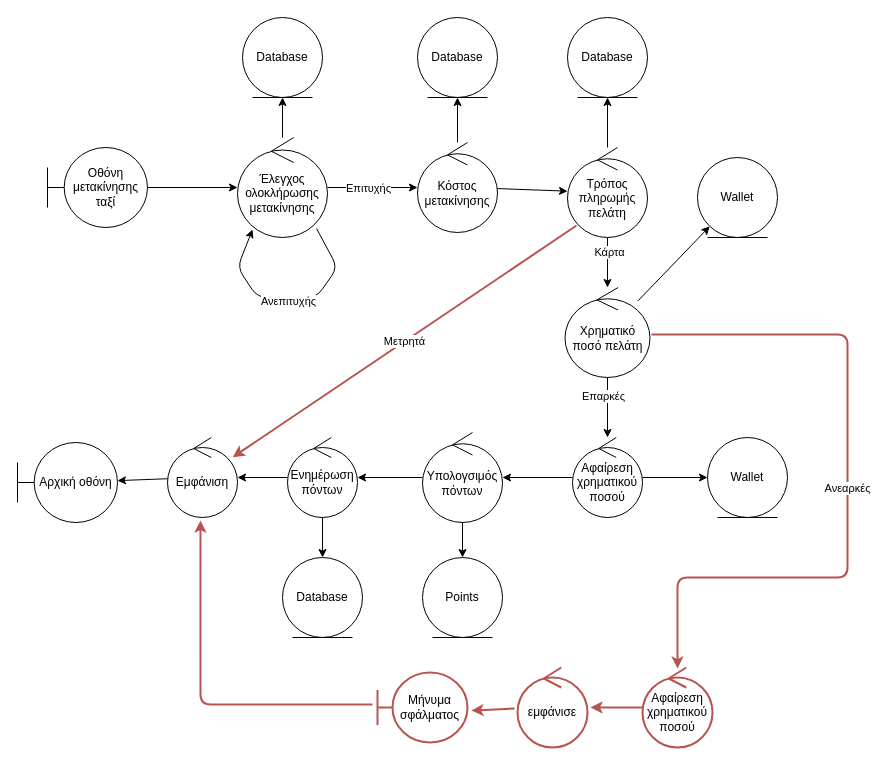
The draw.io diagram Part_2/Robustness/diagrams/15_Αποβίβαση_ταξί.drawio in Nikolis2002/texnoligia_logismikou, before the edit. Source tidied: cells renumbered, new cells numbered last; positions are measured from the earlier drawing's top-left corner, leaving out a move shared by most shapes. Both pictures are drawn from the tidied source at 100%, with x=0, y=0 at pixel (17, 17).
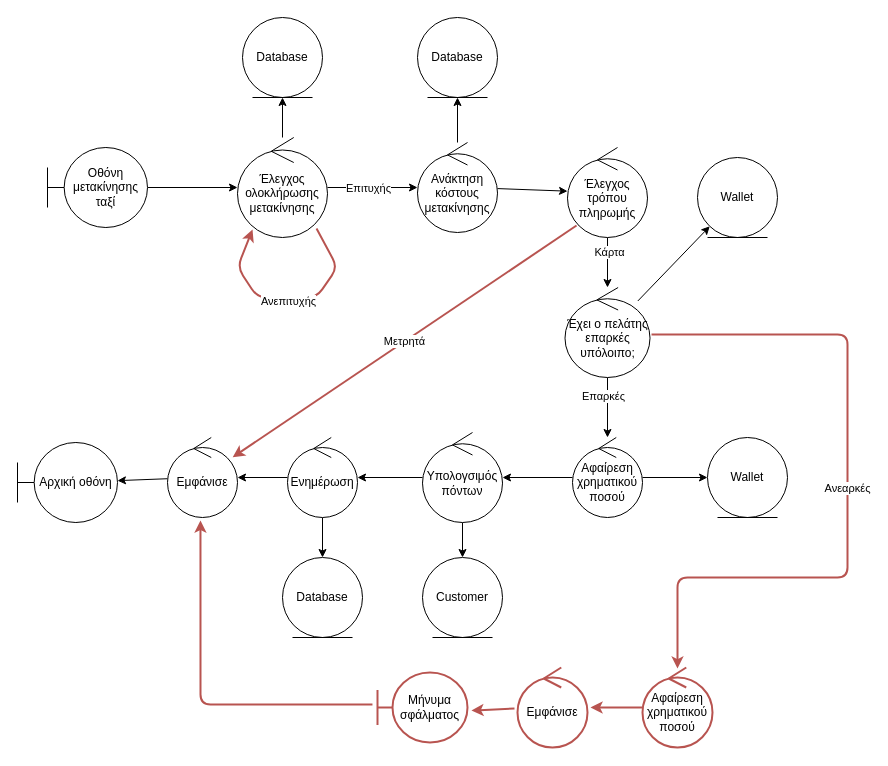
The same diagram, later.

The change refers to these unchanged cells:
```xml
<mxCell id="7" value="Έλεγχος ολοκλήρωσης μετακίνησης" style="ellipse;shape=umlControl;whiteSpace=wrap;html=1;" parent="1" vertex="1">
  <mxGeometry x="220" y="120" width="90" height="100" as="geometry" />
</mxCell>
```

Change to the diagram source:
```diff
@@
-    <mxCell id="11" value="Κόστος μετακίνησης" style="ellipse;shape=umlControl;whiteSpace=wrap;html=1;" parent="1" vertex="1">
+    <mxCell id="11" value="Ανάκτηση κόστους μετακίνησης" style="ellipse;shape=umlControl;whiteSpace=wrap;html=1;" parent="1" vertex="1">
       <mxGeometry x="400" y="125" width="80" height="90" as="geometry" />
     </mxCell>
@@
-    <mxCell id="13" style="edgeStyle=none;html=1;" parent="1" edge="1" source="16" target="17">
-      <mxGeometry relative="1" as="geometry" />
-    </mxCell>
@@
-    <mxCell id="16" value="Τρόπος πληρωμής πελάτη" style="ellipse;shape=umlControl;whiteSpace=wrap;html=1;" parent="1" vertex="1">
+    <mxCell id="16" value="Έλεγχος τρόπου πληρωμής" style="ellipse;shape=umlControl;whiteSpace=wrap;html=1;" parent="1" vertex="1">
       <mxGeometry x="550" y="130" width="80" height="90" as="geometry" />
     </mxCell>
-    <mxCell id="17" value="Database" style="ellipse;shape=umlEntity;whiteSpace=wrap;html=1;" parent="1" vertex="1">
-      <mxGeometry x="550" width="80" height="80" as="geometry" />
-    </mxCell>
@@
-    <mxCell id="21" value="Χρηματικό ποσό πελάτη" style="ellipse;shape=umlControl;whiteSpace=wrap;html=1;" parent="1" vertex="1">
+    <mxCell id="21" value="Έχει ο πελάτης επαρκές υπόλοιπο;" style="ellipse;shape=umlControl;whiteSpace=wrap;html=1;" parent="1" vertex="1">
       <mxGeometry x="547.5" y="270" width="85" height="90" as="geometry" />
     </mxCell>
@@
-    <mxCell id="30" value="Points" style="ellipse;shape=umlEntity;whiteSpace=wrap;html=1;" parent="1" vertex="1">
+    <mxCell id="30" value="Customer" style="ellipse;shape=umlEntity;whiteSpace=wrap;html=1;" parent="1" vertex="1">
       <mxGeometry x="405" y="540" width="80" height="80" as="geometry" />
     </mxCell>
@@
-    <mxCell id="33" value="Ενημέρωση πόντων" style="ellipse;shape=umlControl;whiteSpace=wrap;html=1;" parent="1" vertex="1">
+    <mxCell id="33" value="Ενημέρωση" style="ellipse;shape=umlControl;whiteSpace=wrap;html=1;" parent="1" vertex="1">
       <mxGeometry x="270" y="420" width="70" height="80" as="geometry" />
     </mxCell>
@@
-    <mxCell id="36" value="Εμφάνιση" style="ellipse;shape=umlControl;whiteSpace=wrap;html=1;" parent="1" vertex="1">
+    <mxCell id="36" value="Εμφάνισε" style="ellipse;shape=umlControl;whiteSpace=wrap;html=1;" parent="1" vertex="1">
       <mxGeometry x="150" y="420" width="70" height="80" as="geometry" />
     </mxCell>
@@
-    <mxCell id="38" style="edgeStyle=none;html=1;entryX=0.167;entryY=0.92;entryDx=0;entryDy=0;entryPerimeter=0;exitX=0.878;exitY=0.91;exitDx=0;exitDy=0;exitPerimeter=0;" parent="1" edge="1" source="7" target="7">
+    <mxCell id="38" style="edgeStyle=none;html=1;entryX=0.167;entryY=0.92;entryDx=0;entryDy=0;entryPerimeter=0;exitX=0.878;exitY=0.91;exitDx=0;exitDy=0;exitPerimeter=0;strokeColor=#b85450;fillColor=#f8cecc;strokeWidth=2;" parent="1" edge="1" source="7" target="7">
       <mxGeometry relative="1" as="geometry">
         <Array as="points">
           <mxPoint x="320" y="250" />
           <mxPoint x="299" y="280" />
           <mxPoint x="240" y="280" />
           <mxPoint x="220" y="250" />
         </Array>
       </mxGeometry>
     </mxCell>
@@
-    <mxCell id="45" value="εμφάνισε" style="ellipse;shape=umlControl;whiteSpace=wrap;html=1;strokeColor=#B85450;strokeWidth=2;" parent="1" vertex="1">
+    <mxCell id="45" value="Εμφάνισε" style="ellipse;shape=umlControl;whiteSpace=wrap;html=1;strokeColor=#B85450;strokeWidth=2;" parent="1" vertex="1">
       <mxGeometry x="500" y="650" width="70" height="80" as="geometry" />
     </mxCell>
```
